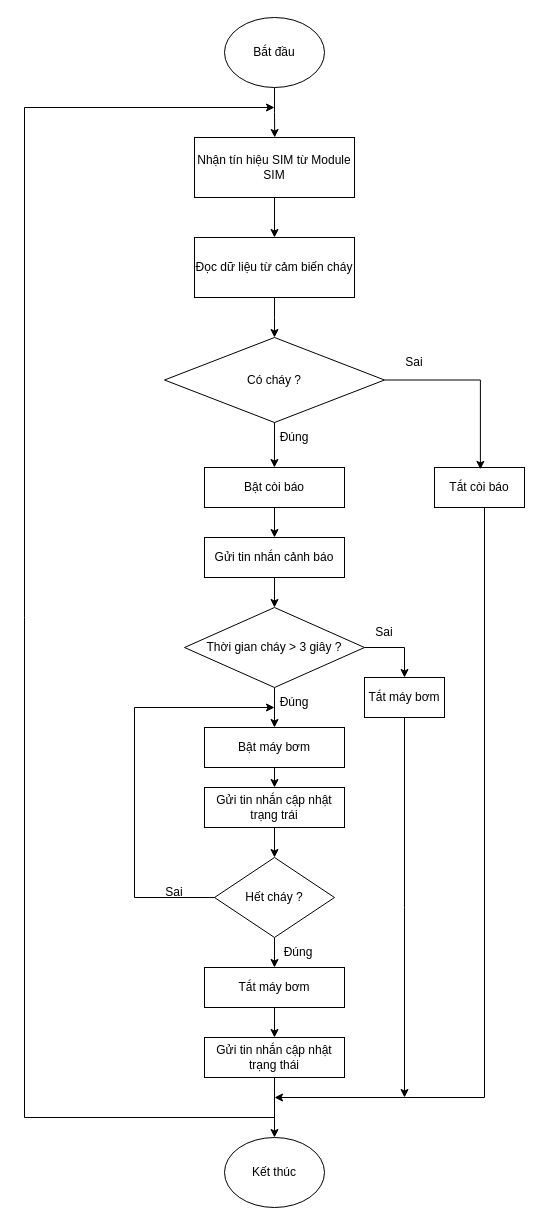
Before: block_diagram/flowchart_canhbaochay.drawio in imvietp/Final_Thesis, a draw.io diagram. Source tidied: cells renumbered, new cells numbered last; positions are measured from the earlier drawing's top-left corner, leaving out a move shared by most shapes. Both pictures are drawn from the tidied source at 100%, with x=0, y=0 at pixel (24, 17).
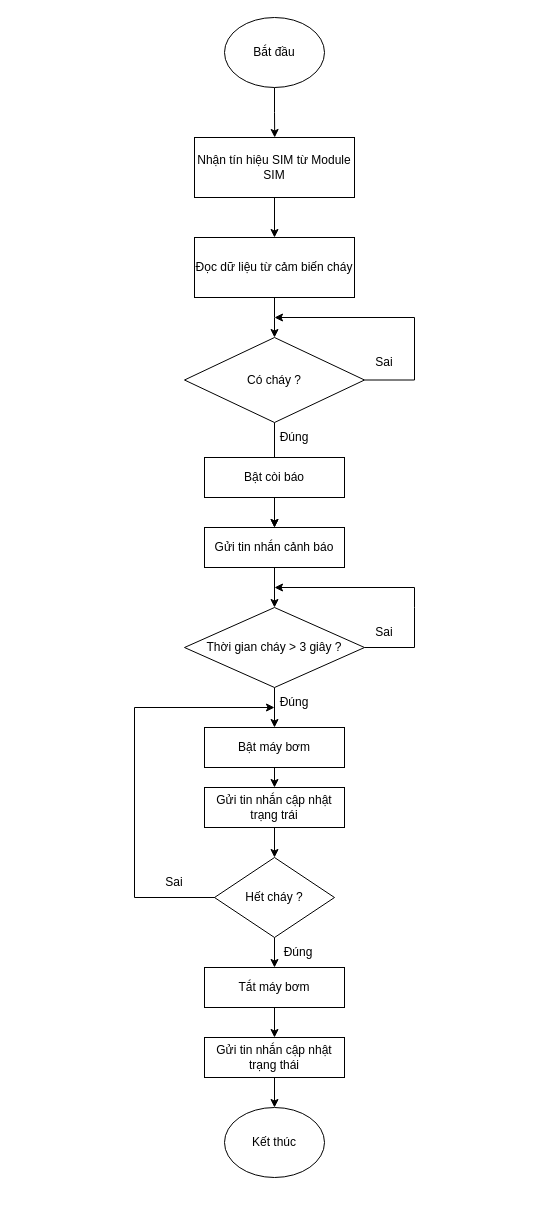
The same diagram, later.

Unchanged cells that the change refers to:
```xml
<mxCell id="13" value="Thời gian cháy &amp;gt; 3 giây ?" style="rhombus;whiteSpace=wrap;html=1;" parent="1" vertex="1">
  <mxGeometry x="160" y="590" width="180" height="80" as="geometry" />
</mxCell>
```

Change to the diagram source:
```diff
@@
-    <mxCell id="4" style="edgeStyle=orthogonalEdgeStyle;rounded=0;jettySize=auto;html=1;exitX=0.5;exitY=1;exitDx=0;exitDy=0;" parent="1" edge="1" source="5">
-      <mxGeometry relative="1" as="geometry">
-        <mxPoint x="249.9" y="450" as="targetPoint" />
-      </mxGeometry>
-    </mxCell>
+    <mxCell id="41" style="edgeStyle=orthogonalEdgeStyle;rounded=0;jettySize=auto;html=1;" parent="1" edge="1" source="5" target="21">
+      <mxGeometry relative="1" as="geometry" />
+    </mxCell>
     <mxCell id="5" value="Có cháy ?" style="rhombus;whiteSpace=wrap;html=1;" parent="1" vertex="1">
-      <mxGeometry x="140" y="320" width="220" height="85" as="geometry" />
+      <mxGeometry x="160" y="320" width="180" height="85" as="geometry" />
     </mxCell>
@@
     <mxCell id="7" value="Sai" style="text;html=1;align=center;verticalAlign=middle;whiteSpace=wrap;rounded=0;" parent="1" vertex="1">
-      <mxGeometry x="360" y="330" width="60" height="30" as="geometry" />
+      <mxGeometry x="330" y="330" width="60" height="30" as="geometry" />
     </mxCell>
@@
     <mxCell id="9" value="Bật còi báo" style="rounded=0;whiteSpace=wrap;html=1;" parent="1" vertex="1">
-      <mxGeometry x="180" y="450" width="140" height="40" as="geometry" />
+      <mxGeometry x="180" y="440" width="140" height="40" as="geometry" />
     </mxCell>
-    <mxCell id="10" style="edgeStyle=orthogonalEdgeStyle;rounded=0;jettySize=auto;html=1;exitX=0.5;exitY=1;exitDx=0;exitDy=0;" parent="1" edge="1" source="11">
-      <mxGeometry relative="1" as="geometry">
-        <mxPoint x="250" y="1080" as="targetPoint" />
-        <Array as="points">
-          <mxPoint x="460" y="490" />
-          <mxPoint x="460" y="1080" />
-        </Array>
-      </mxGeometry>
-    </mxCell>
-    <mxCell id="11" value="Tắt còi báo" style="rounded=0;whiteSpace=wrap;html=1;" parent="1" vertex="1">
-      <mxGeometry x="410" y="450" width="90" height="40" as="geometry" />
-    </mxCell>
@@
     <mxCell id="16" value="Kết thúc" style="ellipse;whiteSpace=wrap;html=1;" parent="1" vertex="1">
-      <mxGeometry x="200" y="1120" width="100" height="70" as="geometry" />
+      <mxGeometry x="200" y="1090" width="100" height="70" as="geometry" />
     </mxCell>
@@
     <mxCell id="21" value="Gửi tin nhắn cảnh báo" style="rounded=0;whiteSpace=wrap;html=1;" parent="1" vertex="1">
-      <mxGeometry x="180" y="520" width="140" height="40" as="geometry" />
+      <mxGeometry x="180" y="510" width="140" height="40" as="geometry" />
     </mxCell>
@@
-    <mxCell id="23" style="edgeStyle=orthogonalEdgeStyle;rounded=0;jettySize=auto;html=1;" parent="1" edge="1" source="24">
-      <mxGeometry relative="1" as="geometry">
-        <mxPoint x="380" y="1080" as="targetPoint" />
-      </mxGeometry>
-    </mxCell>
-    <mxCell id="24" value="Tắt máy bơm" style="rounded=0;whiteSpace=wrap;html=1;" parent="1" vertex="1">
-      <mxGeometry x="340" y="660" width="80" height="40" as="geometry" />
-    </mxCell>
-    <mxCell id="25" style="endArrow=classic;html=1;rounded=0;exitX=1;exitY=0.5;exitDx=0;exitDy=0;entryX=0.5;entryY=0;entryDx=0;entryDy=0;" parent="1" edge="1" source="13" target="24">
-      <mxGeometry relative="1" as="geometry">
-        <Array as="points">
-          <mxPoint x="380" y="630" />
-        </Array>
-      </mxGeometry>
-    </mxCell>
@@
     <mxCell id="33" value="Sai" style="text;html=1;align=center;verticalAlign=middle;whiteSpace=wrap;rounded=0;" parent="1" vertex="1">
-      <mxGeometry x="120" y="860" width="60" height="30" as="geometry" />
+      <mxGeometry x="120" y="850" width="60" height="30" as="geometry" />
     </mxCell>
@@
-    <mxCell id="39" style="edgeStyle=orthogonalEdgeStyle;rounded=0;jettySize=auto;html=1;exitX=1;exitY=0.5;exitDx=0;exitDy=0;entryX=0.51;entryY=0.047;entryDx=0;entryDy=0;entryPerimeter=0;" parent="1" edge="1" source="5" target="11">
-      <mxGeometry relative="1" as="geometry" />
+    <mxCell id="39" style="edgeStyle=orthogonalEdgeStyle;rounded=0;jettySize=auto;html=1;exitX=1;exitY=0.5;exitDx=0;exitDy=0;" parent="1" edge="1" source="5">
+      <mxGeometry relative="1" as="geometry">
+        <mxPoint x="250" y="300" as="targetPoint" />
+        <Array as="points">
+          <mxPoint x="390" y="363" />
+          <mxPoint x="390" y="300" />
+        </Array>
+      </mxGeometry>
     </mxCell>
-    <mxCell id="40" style="endArrow=classic;html=1;rounded=0;" parent="1" edge="1">
-      <mxGeometry relative="1" as="geometry">
-        <mxPoint x="250" y="1100" as="sourcePoint" />
-        <mxPoint x="250" y="90" as="targetPoint" />
-        <Array as="points">
-          <mxPoint y="1100" />
-          <mxPoint y="600" />
-          <mxPoint y="90" />
-        </Array>
-      </mxGeometry>
-    </mxCell>
+    <mxCell id="42" style="endArrow=classic;html=1;rounded=0;exitX=1;exitY=0.5;exitDx=0;exitDy=0;" parent="1" edge="1" source="13">
+      <mxGeometry relative="1" as="geometry">
+        <mxPoint x="250" y="570" as="targetPoint" />
+        <Array as="points">
+          <mxPoint x="390" y="630" />
+          <mxPoint x="390" y="590" />
+          <mxPoint x="390" y="570" />
+        </Array>
+      </mxGeometry>
+    </mxCell>
```
